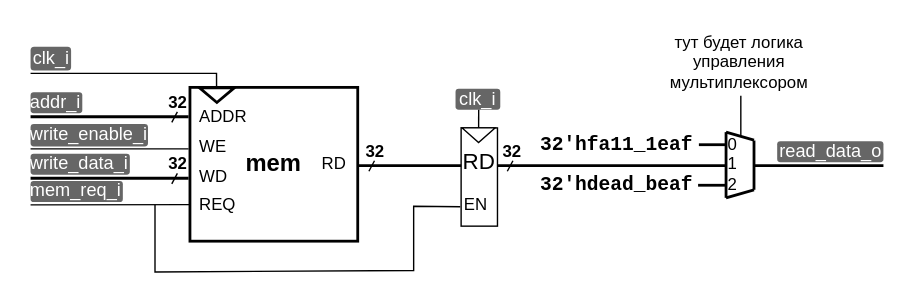
The draw.io diagram .pic/Labs/lab_03_memory/fig_03.drawio.svg in MPSU/APS, before a commit. Source tidied: cells renumbered, new cells last; positions are measured from the earlier drawing's top-left corner, leaving out a move shared by most shapes. Source of this version:
```xml
<mxGraphModel background="#ffffff">
  <root>
    <mxCell id="0" />
    <mxCell id="1" parent="0" />
    <mxCell id="2" style="endArrow=none;html=1;rounded=0;strokeColor=#000000;fontSize=9;fontColor=#000000;startSize=6;endSize=6;entryX=0;entryY=0.5;entryDx=0;entryDy=0;comic=0;jiggle=0.5;strokeWidth=2;" parent="1" edge="1">
      <mxGeometry relative="1" as="geometry">
        <mxPoint x="478" y="74" as="sourcePoint" />
        <mxPoint x="497.4" y="74" as="targetPoint" />
      </mxGeometry>
    </mxCell>
    <mxCell id="3" style="endArrow=none;html=1;rounded=0;strokeColor=#000000;fontSize=9;fontColor=#000000;startSize=6;endSize=6;entryX=0;entryY=0.5;entryDx=0;entryDy=0;comic=0;jiggle=0.5;strokeWidth=2;" parent="1" edge="1">
      <mxGeometry relative="1" as="geometry">
        <mxPoint x="477.4" y="103" as="sourcePoint" />
        <mxPoint x="497.4" y="103" as="targetPoint" />
      </mxGeometry>
    </mxCell>
    <mxCell id="4" value="&lt;b style=&quot;font-size: 17px;&quot;&gt;mem&lt;/b&gt;" style="rounded=0;whiteSpace=wrap;html=1;fontSize=17;fontColor=#000000;comic=0;labelBackgroundColor=default;endArrow=none;strokeColor=#000000;startSize=6;endSize=6;jiggle=0.5;strokeWidth=2;" parent="1" vertex="1">
      <mxGeometry x="114" y="33" width="120" height="110" as="geometry" />
    </mxCell>
    <mxCell id="5" style="triangle;whiteSpace=wrap;html=1;rotation=90;comic=0;labelBackgroundColor=default;endArrow=none;fontSize=9;rounded=0;strokeColor=#000000;fontColor=#000000;startSize=6;endSize=6;jiggle=0.5;strokeWidth=2;" parent="1" vertex="1">
      <mxGeometry x="128" y="26.2" width="10.5" height="24.8" as="geometry" />
    </mxCell>
    <mxCell id="6" style="endArrow=none;html=1;rounded=0;comic=0;fontSize=16;strokeColor=#000000;fontColor=#000000;startSize=6;endSize=6;jiggle=0.5;exitX=0.167;exitY=0;exitDx=0;exitDy=0;exitPerimeter=0;" parent="1" edge="1">
      <mxGeometry relative="1" as="geometry">
        <mxPoint x="133" y="33" as="sourcePoint" />
        <mxPoint y="23" as="targetPoint" />
        <Array as="points">
          <mxPoint x="133" y="23" />
        </Array>
      </mxGeometry>
    </mxCell>
    <mxCell id="7" value="&lt;font face=&quot;Courier New&quot;&gt;&lt;b&gt;32'hdead_beaf&lt;/b&gt;&lt;/font&gt;" style="text;html=1;strokeColor=none;fillColor=none;align=right;verticalAlign=middle;whiteSpace=wrap;rounded=0;fontSize=14;fontColor=#000000;comic=0;jiggle=0.5;" parent="1" vertex="1">
      <mxGeometry x="365" y="97" width="111.4" height="10" as="geometry" />
    </mxCell>
    <mxCell id="8" value="&lt;font style=&quot;font-size: 12px;&quot;&gt;RD&lt;/font&gt;" style="text;html=1;strokeColor=none;fillColor=none;align=right;verticalAlign=middle;whiteSpace=wrap;rounded=0;fontSize=12;fontColor=#000000;comic=0;jiggle=0.5;" parent="1" vertex="1">
      <mxGeometry x="208" y="83" width="20" height="10" as="geometry" />
    </mxCell>
    <mxCell id="9" value="ADDR" style="text;html=1;strokeColor=none;fillColor=none;align=left;verticalAlign=middle;whiteSpace=wrap;rounded=0;fontSize=12;fontColor=#000000;comic=0;jiggle=0.5;" parent="1" vertex="1">
      <mxGeometry x="118.9" y="49" width="36" height="10" as="geometry" />
    </mxCell>
    <mxCell id="10" value="WE" style="text;html=1;strokeColor=none;fillColor=none;align=left;verticalAlign=middle;whiteSpace=wrap;rounded=0;fontSize=12;fontColor=#000000;comic=0;jiggle=0.5;" parent="1" vertex="1">
      <mxGeometry x="119" y="71" width="20" height="10" as="geometry" />
    </mxCell>
    <mxCell id="11" value="WD" style="text;html=1;strokeColor=none;fillColor=none;align=left;verticalAlign=middle;whiteSpace=wrap;rounded=0;fontSize=12;fontColor=#000000;comic=0;jiggle=0.5;" parent="1" vertex="1">
      <mxGeometry x="118.9" y="92" width="20" height="10" as="geometry" />
    </mxCell>
    <mxCell id="12" style="endArrow=none;html=1;rounded=0;strokeColor=#000000;fontSize=9;fontColor=#000000;startSize=6;endSize=6;comic=0;jiggle=0.5;strokeWidth=2;" parent="1" edge="1">
      <mxGeometry relative="1" as="geometry">
        <mxPoint x="497.4" y="112" as="sourcePoint" />
        <mxPoint x="517.4" y="106.2" as="targetPoint" />
      </mxGeometry>
    </mxCell>
    <mxCell id="13" style="endArrow=none;html=1;rounded=0;strokeColor=#000000;fontSize=9;fontColor=#000000;startSize=6;endSize=6;comic=0;jiggle=0.5;strokeWidth=2;" parent="1" edge="1">
      <mxGeometry relative="1" as="geometry">
        <mxPoint x="497.4" y="65" as="sourcePoint" />
        <mxPoint x="517.4" y="70.8" as="targetPoint" />
      </mxGeometry>
    </mxCell>
    <mxCell id="14" style="endArrow=none;html=1;rounded=0;strokeColor=#000000;fontSize=9;fontColor=#000000;startSize=6;endSize=6;comic=0;jiggle=0.5;strokeWidth=2;" parent="1" edge="1">
      <mxGeometry relative="1" as="geometry">
        <mxPoint x="497.4" y="112" as="sourcePoint" />
        <mxPoint x="497.4" y="65" as="targetPoint" />
      </mxGeometry>
    </mxCell>
    <mxCell id="15" style="endArrow=none;html=1;rounded=0;strokeColor=#000000;fontSize=9;fontColor=#000000;startSize=6;endSize=6;comic=0;jiggle=0.5;strokeWidth=2;" parent="1" edge="1">
      <mxGeometry relative="1" as="geometry">
        <mxPoint x="517.4" y="106.2" as="sourcePoint" />
        <mxPoint x="517.4" y="71" as="targetPoint" />
      </mxGeometry>
    </mxCell>
    <mxCell id="16" value="&lt;p style=&quot;line-height: 120%;&quot;&gt;&lt;font style=&quot;font-size: 12px;&quot;&gt;0&lt;br&gt;1&lt;br&gt;2&lt;br&gt;&lt;/font&gt;&lt;/p&gt;" style="text;whiteSpace=wrap;html=1;spacing=0;spacingTop=-18;" parent="1" vertex="1">
      <mxGeometry x="499.4" y="67.6" width="8" height="40" as="geometry" />
    </mxCell>
    <mxCell id="17" value="RD" style="rounded=0;whiteSpace=wrap;html=1;comic=0;strokeColor=#000000;fontSize=16;fontColor=#000000;fillColor=none;verticalAlign=top;horizontal=1;spacingBottom=0;spacingTop=8;jiggle=0.5;strokeWidth=1;" parent="1" vertex="1">
      <mxGeometry x="308" y="62" width="26" height="70.2" as="geometry" />
    </mxCell>
    <mxCell id="18" value="&lt;p style=&quot;line-height: 100%;&quot;&gt;&lt;font style=&quot;font-size: 13px;&quot; color=&quot;#ffffff&quot;&gt;clk_i&lt;/font&gt;&lt;/p&gt;" style="text;html=1;strokeColor=none;fillColor=#666666;align=center;verticalAlign=middle;whiteSpace=wrap;rounded=1;fontSize=9;fontColor=#000000;comic=0;jiggle=0.5;" parent="1" vertex="1">
      <mxGeometry x="304" y="34" width="32" height="15" as="geometry" />
    </mxCell>
    <mxCell id="19" style="endArrow=none;html=1;rounded=0;comic=0;strokeColor=#000000;fontSize=16;fontColor=#000000;startSize=6;endSize=6;jiggle=0.5;strokeWidth=1;entryX=0.518;entryY=0.998;entryDx=0;entryDy=0;entryPerimeter=0;" parent="1" edge="1" source="20" target="18">
      <mxGeometry relative="1" as="geometry" />
    </mxCell>
    <mxCell id="20" style="triangle;whiteSpace=wrap;html=1;rotation=90;comic=0;strokeColor=#000000;jiggle=0.5;strokeWidth=1;" parent="1" vertex="1">
      <mxGeometry x="315.2" y="55.5" width="10.5" height="23.5" as="geometry" />
    </mxCell>
    <mxCell id="21" value="&lt;font style=&quot;font-size: 12px;&quot;&gt;&lt;b&gt;32&lt;br&gt;&lt;/b&gt;&lt;/font&gt;" style="text;whiteSpace=wrap;html=1;spacingTop=-9;" parent="1" vertex="1">
      <mxGeometry x="238" y="74" width="14" height="10" as="geometry" />
    </mxCell>
    <mxCell id="22" style="endArrow=none;html=1;rounded=0;" parent="1" edge="1">
      <mxGeometry relative="1" as="geometry">
        <mxPoint x="242" y="93" as="sourcePoint" />
        <mxPoint x="246" y="85.5" as="targetPoint" />
      </mxGeometry>
    </mxCell>
    <mxCell id="23" value="&lt;font style=&quot;font-size: 12px;&quot;&gt;&lt;b&gt;32&lt;br&gt;&lt;/b&gt;&lt;/font&gt;" style="text;whiteSpace=wrap;html=1;spacingTop=-9;" parent="1" vertex="1">
      <mxGeometry x="336" y="74" width="14" height="10" as="geometry" />
    </mxCell>
    <mxCell id="24" style="endArrow=none;html=1;rounded=0;" parent="1" edge="1">
      <mxGeometry relative="1" as="geometry">
        <mxPoint x="341" y="93" as="sourcePoint" />
        <mxPoint x="345" y="85.5" as="targetPoint" />
      </mxGeometry>
    </mxCell>
    <mxCell id="25" value="REQ" style="text;html=1;strokeColor=none;fillColor=none;align=left;verticalAlign=middle;whiteSpace=wrap;rounded=0;fontSize=12;fontColor=#000000;comic=0;jiggle=0.5;" parent="1" vertex="1">
      <mxGeometry x="119" y="112" width="20" height="10" as="geometry" />
    </mxCell>
    <mxCell id="26" value="EN" style="text;html=1;strokeColor=none;fillColor=none;align=right;verticalAlign=middle;whiteSpace=wrap;rounded=0;fontSize=12;fontColor=#000000;comic=0;jiggle=0.5;" parent="1" vertex="1">
      <mxGeometry x="309" y="112" width="20" height="10" as="geometry" />
    </mxCell>
    <mxCell id="27" style="endArrow=none;html=1;rounded=0;" parent="1" edge="1">
      <mxGeometry relative="1" as="geometry">
        <mxPoint y="117" as="sourcePoint" />
        <mxPoint x="113.5" y="116.8" as="targetPoint" />
      </mxGeometry>
    </mxCell>
    <mxCell id="28" style="endArrow=none;html=1;rounded=0;exitX=-0.024;exitY=0.802;exitDx=0;exitDy=0;exitPerimeter=0;" parent="1" edge="1" source="17">
      <mxGeometry relative="1" as="geometry">
        <mxPoint x="89" y="117" as="targetPoint" />
        <Array as="points">
          <mxPoint x="274" y="118" />
          <mxPoint x="274" y="164" />
          <mxPoint x="89" y="165" />
        </Array>
      </mxGeometry>
    </mxCell>
    <mxCell id="29" style="endArrow=none;html=1;rounded=0;exitX=1.001;exitY=0.509;exitDx=0;exitDy=0;entryX=0.002;entryY=0.383;entryDx=0;entryDy=0;entryPerimeter=0;exitPerimeter=0;strokeWidth=2;" parent="1" edge="1" source="4" target="17">
      <mxGeometry relative="1" as="geometry" />
    </mxCell>
    <mxCell id="30" style="endArrow=none;html=1;rounded=0;exitX=1.001;exitY=0.509;exitDx=0;exitDy=0;exitPerimeter=0;strokeWidth=2;entryX=-0.285;entryY=0.532;entryDx=0;entryDy=0;entryPerimeter=0;" parent="1" edge="1" target="16">
      <mxGeometry relative="1" as="geometry">
        <mxPoint x="334.3" y="89" as="sourcePoint" />
      </mxGeometry>
    </mxCell>
    <mxCell id="31" value="&lt;font face=&quot;Courier New&quot;&gt;&lt;b&gt;32'hfa11_1eaf&lt;/b&gt;&lt;/font&gt;" style="text;html=1;strokeColor=none;fillColor=none;align=right;verticalAlign=middle;whiteSpace=wrap;rounded=0;fontSize=14;fontColor=#000000;comic=0;jiggle=0.5;" parent="1" vertex="1">
      <mxGeometry x="364" y="68" width="112.4" height="10" as="geometry" />
    </mxCell>
    <mxCell id="32" value="&lt;font style=&quot;font-size: 12px;&quot;&gt;&lt;b&gt;32&lt;br&gt;&lt;/b&gt;&lt;/font&gt;" style="text;whiteSpace=wrap;html=1;spacingTop=-9;" parent="1" vertex="1">
      <mxGeometry x="97" y="83" width="14" height="10" as="geometry" />
    </mxCell>
    <mxCell id="33" style="endArrow=none;html=1;rounded=0;" parent="1" edge="1">
      <mxGeometry relative="1" as="geometry">
        <mxPoint x="101" y="102" as="sourcePoint" />
        <mxPoint x="105" y="94.5" as="targetPoint" />
      </mxGeometry>
    </mxCell>
    <mxCell id="34" style="endArrow=none;html=1;rounded=0;entryX=0.002;entryY=0.383;entryDx=0;entryDy=0;entryPerimeter=0;strokeWidth=2;" parent="1" edge="1">
      <mxGeometry relative="1" as="geometry">
        <mxPoint y="98" as="sourcePoint" />
        <mxPoint x="113" y="98" as="targetPoint" />
      </mxGeometry>
    </mxCell>
    <mxCell id="35" value="&lt;font style=&quot;font-size: 12px;&quot;&gt;&lt;b&gt;32&lt;br&gt;&lt;/b&gt;&lt;/font&gt;" style="text;whiteSpace=wrap;html=1;spacingTop=-9;" parent="1" vertex="1">
      <mxGeometry x="97" y="39" width="14" height="10" as="geometry" />
    </mxCell>
    <mxCell id="36" style="endArrow=none;html=1;rounded=0;" parent="1" edge="1">
      <mxGeometry relative="1" as="geometry">
        <mxPoint x="101" y="58" as="sourcePoint" />
        <mxPoint x="105" y="50.5" as="targetPoint" />
      </mxGeometry>
    </mxCell>
    <mxCell id="37" style="endArrow=none;html=1;rounded=0;entryX=0.002;entryY=0.383;entryDx=0;entryDy=0;entryPerimeter=0;strokeWidth=2;" parent="1" edge="1">
      <mxGeometry relative="1" as="geometry">
        <mxPoint y="54" as="sourcePoint" />
        <mxPoint x="113" y="54" as="targetPoint" />
      </mxGeometry>
    </mxCell>
    <mxCell id="38" style="endArrow=none;html=1;rounded=0;" parent="1" edge="1">
      <mxGeometry relative="1" as="geometry">
        <mxPoint y="77" as="sourcePoint" />
        <mxPoint x="113" y="77" as="targetPoint" />
      </mxGeometry>
    </mxCell>
    <mxCell id="39" style="endArrow=none;html=1;rounded=0;strokeWidth=2;" parent="1" edge="1">
      <mxGeometry relative="1" as="geometry">
        <mxPoint x="518" y="89" as="sourcePoint" />
        <mxPoint x="610" y="89" as="targetPoint" />
      </mxGeometry>
    </mxCell>
    <mxCell id="40" value="&lt;p style=&quot;line-height: 140%;&quot;&gt;&lt;font style=&quot;font-size: 13px;&quot;&gt;clk_i&lt;/font&gt;&lt;/p&gt;" style="text;html=1;strokeColor=none;fillColor=#666666;align=left;verticalAlign=middle;whiteSpace=wrap;rounded=1;fontSize=13;fontColor=#FFFFFF;comic=0;jiggle=0.5;fontStyle=0;spacingRight=-1;spacingLeft=0;" parent="1" vertex="1">
      <mxGeometry y="4" width="29" height="17" as="geometry" />
    </mxCell>
    <mxCell id="41" value="&lt;font style=&quot;font-size: 13px;&quot;&gt;mem_req_i&lt;/font&gt;" style="text;html=1;strokeColor=none;fillColor=#666666;align=left;verticalAlign=middle;whiteSpace=wrap;rounded=1;comic=0;fontColor=#FFFFFF;jiggle=0.5;spacing=0;spacingBottom=3;fontSize=13;fontStyle=0;spacingRight=1;" parent="1" vertex="1">
      <mxGeometry y="100" width="66" height="15" as="geometry" />
    </mxCell>
    <mxCell id="42" value="write_data_i" style="text;html=1;strokeColor=none;fillColor=#666666;align=left;verticalAlign=middle;whiteSpace=wrap;rounded=1;comic=0;fontColor=#FFFFFF;jiggle=0.5;spacing=0;spacingBottom=3;fontSize=13;fontStyle=0;spacingRight=1;" parent="1" vertex="1">
      <mxGeometry y="80.5" width="71" height="15" as="geometry" />
    </mxCell>
    <mxCell id="43" value="write_enable_i" style="text;html=1;strokeColor=none;fillColor=#666666;align=left;verticalAlign=middle;whiteSpace=wrap;rounded=1;comic=0;fontColor=#FFFFFF;jiggle=0.5;spacing=0;spacingBottom=3;fontSize=13;fontStyle=0;spacingRight=1;" parent="1" vertex="1">
      <mxGeometry y="59.2" width="84" height="16" as="geometry" />
    </mxCell>
    <mxCell id="44" value="addr_i" style="text;html=1;strokeColor=none;fillColor=#666666;align=left;verticalAlign=middle;whiteSpace=wrap;rounded=1;comic=0;fontColor=#FFFFFF;jiggle=0.5;spacing=0;spacingBottom=3;fontSize=13;fontStyle=0;spacingRight=1;" parent="1" vertex="1">
      <mxGeometry y="36.5" width="37" height="15" as="geometry" />
    </mxCell>
    <mxCell id="45" value="read_data_o" style="text;html=1;strokeColor=none;fillColor=#666666;align=right;verticalAlign=middle;whiteSpace=wrap;rounded=1;comic=0;fontColor=#FFFFFF;jiggle=0.5;spacing=0;spacingBottom=3;fontSize=13;fontStyle=0;spacingRight=1;" parent="1" vertex="1">
      <mxGeometry x="534" y="71.5" width="76" height="15" as="geometry" />
    </mxCell>
    <mxCell id="46" style="endArrow=none;html=1;rounded=0;" parent="1" edge="1">
      <mxGeometry relative="1" as="geometry">
        <mxPoint x="508" y="67.6" as="sourcePoint" />
        <mxPoint x="508" y="39" as="targetPoint" />
      </mxGeometry>
    </mxCell>
    <mxCell id="47" value="тут будет логика управления мультиплексором" style="text;html=1;strokeColor=none;fillColor=none;align=center;verticalAlign=middle;whiteSpace=wrap;rounded=0;" parent="1" vertex="1">
      <mxGeometry x="477" width="60" height="30" as="geometry" />
    </mxCell>
  </root>
</mxGraphModel>
```
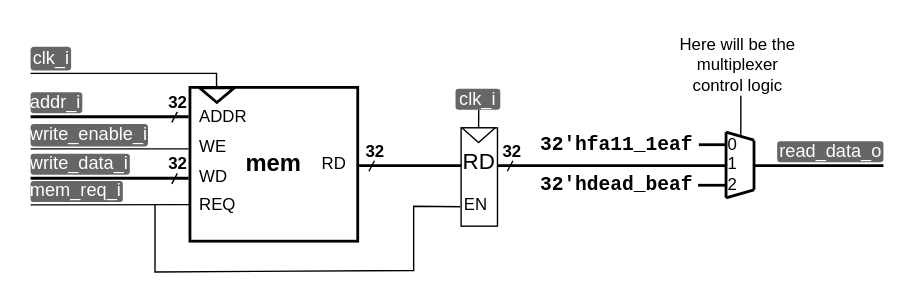
After the change.

Change to the diagram source:
```diff
@@ -200,8 +200,8 @@
         <mxPoint x="508" y="39" as="targetPoint" />
       </mxGeometry>
     </mxCell>
-    <mxCell id="47" value="тут будет логика управления мультиплексором" style="text;html=1;strokeColor=none;fillColor=none;align=center;verticalAlign=middle;whiteSpace=wrap;rounded=0;" parent="1" vertex="1">
-      <mxGeometry x="477" width="60" height="30" as="geometry" />
+    <mxCell id="47" value="Here will be the multiplexer control logic" style="text;html=1;strokeColor=none;fillColor=none;align=center;verticalAlign=middle;whiteSpace=wrap;rounded=0;" parent="1" vertex="1">
+      <mxGeometry x="460" y="3" width="92" height="27" as="geometry" />
     </mxCell>
   </root>
 </mxGraphModel>
```
